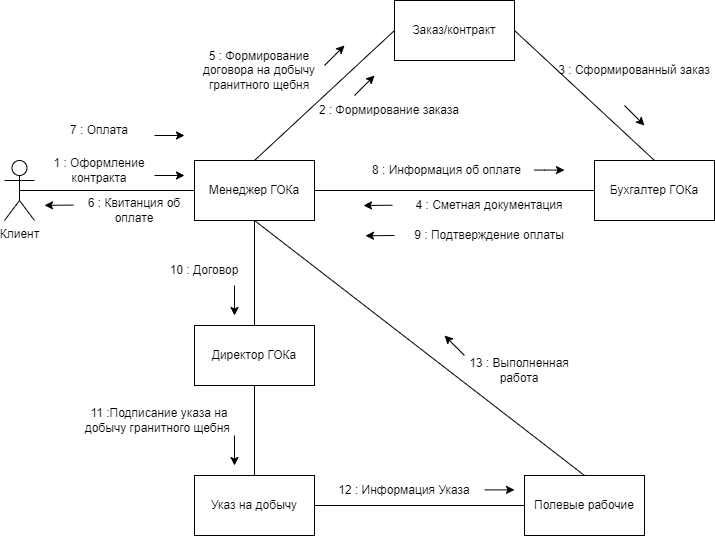
Before: D_Kooperazii.drawio.png, a diagram exported from draw.io (Awftf/UML). Source tidied: cells renumbered, new cells last; positions are measured from the earlier drawing's top-left corner, leaving out a move shared by most shapes. The source it was exported from:
```xml
<mxGraphModel>
  <root>
    <mxCell id="0" />
    <mxCell id="1" parent="0" />
    <mxCell id="2" style="rounded=0;jettySize=auto;html=1;exitX=0.5;exitY=0.5;exitDx=0;exitDy=0;exitPerimeter=0;entryX=0;entryY=0.5;entryDx=0;entryDy=0;endArrow=none;endFill=0;" parent="1" edge="1" source="3" target="7">
      <mxGeometry relative="1" as="geometry" />
    </mxCell>
    <mxCell id="3" value="Клиент" style="shape=umlActor;verticalLabelPosition=bottom;verticalAlign=top;html=1;outlineConnect=0;" parent="1" vertex="1">
      <mxGeometry y="160" width="30" height="60" as="geometry" />
    </mxCell>
    <mxCell id="4" style="edgeStyle=none;rounded=0;jettySize=auto;html=1;exitX=1;exitY=0.5;exitDx=0;exitDy=0;entryX=0;entryY=0.5;entryDx=0;entryDy=0;endArrow=none;endFill=0;" parent="1" edge="1" source="7" target="10">
      <mxGeometry relative="1" as="geometry" />
    </mxCell>
    <mxCell id="5" style="edgeStyle=none;rounded=0;jettySize=auto;html=1;exitX=0.5;exitY=0;exitDx=0;exitDy=0;entryX=0;entryY=0.5;entryDx=0;entryDy=0;endArrow=none;endFill=0;" parent="1" edge="1" source="7" target="11">
      <mxGeometry relative="1" as="geometry" />
    </mxCell>
    <mxCell id="6" style="edgeStyle=none;rounded=0;jettySize=auto;html=1;exitX=0.5;exitY=1;exitDx=0;exitDy=0;endArrow=none;endFill=0;" parent="1" edge="1" source="7" target="29">
      <mxGeometry relative="1" as="geometry" />
    </mxCell>
    <mxCell id="7" value="Менеджер ГОКа" style="rounded=0;whiteSpace=wrap;html=1;" parent="1" vertex="1">
      <mxGeometry x="190" y="160" width="120" height="60" as="geometry" />
    </mxCell>
    <mxCell id="8" style="edgeStyle=orthogonalEdgeStyle;rounded=0;orthogonalLoop=1;jettySize=auto;html=1;exitX=0.5;exitY=1;exitDx=0;exitDy=0;" parent="1" edge="1" source="7" target="7">
      <mxGeometry relative="1" as="geometry" />
    </mxCell>
    <mxCell id="9" style="edgeStyle=none;rounded=0;jettySize=auto;html=1;exitX=0.5;exitY=0;exitDx=0;exitDy=0;entryX=1;entryY=0.5;entryDx=0;entryDy=0;endArrow=none;endFill=0;" parent="1" edge="1" source="10" target="11">
      <mxGeometry relative="1" as="geometry" />
    </mxCell>
    <mxCell id="10" value="Бухгалтер ГОКа" style="rounded=0;whiteSpace=wrap;html=1;" parent="1" vertex="1">
      <mxGeometry x="590" y="160" width="120" height="60" as="geometry" />
    </mxCell>
    <mxCell id="11" value="Заказ/контракт" style="rounded=0;whiteSpace=wrap;html=1;" parent="1" vertex="1">
      <mxGeometry x="390" width="120" height="60" as="geometry" />
    </mxCell>
    <mxCell id="12" style="edgeStyle=none;rounded=0;orthogonalLoop=1;jettySize=auto;html=1;exitX=1;exitY=0.5;exitDx=0;exitDy=0;endArrow=none;endFill=0;" parent="1" edge="1" source="7" target="7">
      <mxGeometry relative="1" as="geometry" />
    </mxCell>
    <mxCell id="13" style="edgeStyle=none;rounded=0;orthogonalLoop=1;jettySize=auto;html=1;exitX=0.25;exitY=1;exitDx=0;exitDy=0;endArrow=none;endFill=0;" parent="1" edge="1" source="10" target="10">
      <mxGeometry relative="1" as="geometry" />
    </mxCell>
    <mxCell id="14" style="edgeStyle=none;rounded=0;jettySize=auto;html=1;exitX=1;exitY=0.5;exitDx=0;exitDy=0;entryX=0;entryY=0.5;entryDx=0;entryDy=0;endArrow=none;endFill=0;" parent="1" edge="1" source="15" target="17">
      <mxGeometry relative="1" as="geometry" />
    </mxCell>
    <mxCell id="15" value="Указ на добычу" style="rounded=0;whiteSpace=wrap;html=1;" parent="1" vertex="1">
      <mxGeometry x="190" y="475" width="120" height="60" as="geometry" />
    </mxCell>
    <mxCell id="16" style="edgeStyle=none;rounded=0;jettySize=auto;html=1;exitX=0.5;exitY=0;exitDx=0;exitDy=0;entryX=0.5;entryY=1;entryDx=0;entryDy=0;endArrow=none;endFill=0;" parent="1" edge="1" source="17" target="7">
      <mxGeometry relative="1" as="geometry" />
    </mxCell>
    <mxCell id="17" value="Полевые рабочие" style="rounded=0;whiteSpace=wrap;html=1;" parent="1" vertex="1">
      <mxGeometry x="520" y="475" width="120" height="60" as="geometry" />
    </mxCell>
    <mxCell id="18" style="endArrow=classic;html=1;rounded=0;" parent="1" edge="1">
      <mxGeometry relative="1" as="geometry">
        <mxPoint x="150" y="175" as="sourcePoint" />
        <mxPoint x="180" y="175" as="targetPoint" />
        <Array as="points">
          <mxPoint x="180" y="175" />
        </Array>
      </mxGeometry>
    </mxCell>
    <mxCell id="19" value="1 : Оформление контракта" style="text;html=1;strokeColor=none;fillColor=none;align=center;verticalAlign=middle;whiteSpace=wrap;rounded=0;" parent="1" vertex="1">
      <mxGeometry x="40" y="155" width="110" height="30" as="geometry" />
    </mxCell>
    <mxCell id="20" value="2 : Формирование заказа" style="text;html=1;strokeColor=none;fillColor=none;align=center;verticalAlign=middle;whiteSpace=wrap;rounded=0;" parent="1" vertex="1">
      <mxGeometry x="300" y="95" width="170" height="30" as="geometry" />
    </mxCell>
    <mxCell id="21" style="endArrow=classic;html=1;rounded=0;" parent="1" edge="1">
      <mxGeometry relative="1" as="geometry">
        <mxPoint x="350" y="95" as="sourcePoint" />
        <mxPoint x="370" y="75" as="targetPoint" />
      </mxGeometry>
    </mxCell>
    <mxCell id="22" value="4 : Сметная документация" style="text;html=1;strokeColor=none;fillColor=none;align=center;verticalAlign=middle;whiteSpace=wrap;rounded=0;" parent="1" vertex="1">
      <mxGeometry x="400" y="190" width="170" height="30" as="geometry" />
    </mxCell>
    <mxCell id="23" style="endArrow=classic;html=1;rounded=0;" parent="1" edge="1">
      <mxGeometry relative="1" as="geometry">
        <mxPoint x="388" y="204.7" as="sourcePoint" />
        <mxPoint x="359" y="205" as="targetPoint" />
      </mxGeometry>
    </mxCell>
    <mxCell id="24" style="endArrow=classic;html=1;rounded=0;" parent="1" edge="1">
      <mxGeometry relative="1" as="geometry">
        <mxPoint x="620" y="105" as="sourcePoint" />
        <mxPoint x="640" y="125" as="targetPoint" />
      </mxGeometry>
    </mxCell>
    <mxCell id="25" value="3 : Сформированный заказ" style="text;html=1;strokeColor=none;fillColor=none;align=center;verticalAlign=middle;whiteSpace=wrap;rounded=0;" parent="1" vertex="1">
      <mxGeometry x="550" y="55" width="160" height="30" as="geometry" />
    </mxCell>
    <mxCell id="26" style="endArrow=classic;html=1;rounded=0;" parent="1" edge="1">
      <mxGeometry relative="1" as="geometry">
        <mxPoint x="320" y="65" as="sourcePoint" />
        <mxPoint x="340" y="45" as="targetPoint" />
        <Array as="points">
          <mxPoint x="330" y="55" />
        </Array>
      </mxGeometry>
    </mxCell>
    <mxCell id="27" value="5 : Формирование договора на добычу гранитного щебня" style="text;html=1;strokeColor=none;fillColor=none;align=center;verticalAlign=middle;whiteSpace=wrap;rounded=0;" parent="1" vertex="1">
      <mxGeometry x="180" y="55" width="150" height="30" as="geometry" />
    </mxCell>
    <mxCell id="28" style="edgeStyle=none;rounded=0;jettySize=auto;html=1;exitX=0.5;exitY=1;exitDx=0;exitDy=0;entryX=0.5;entryY=0;entryDx=0;entryDy=0;endArrow=none;endFill=0;" parent="1" edge="1" source="29" target="15">
      <mxGeometry relative="1" as="geometry" />
    </mxCell>
    <mxCell id="29" value="Директор ГОКа" style="rounded=0;whiteSpace=wrap;html=1;" parent="1" vertex="1">
      <mxGeometry x="190" y="325" width="120" height="60" as="geometry" />
    </mxCell>
    <mxCell id="30" style="endArrow=classic;html=1;rounded=0;" parent="1" edge="1">
      <mxGeometry relative="1" as="geometry">
        <mxPoint x="230" y="285" as="sourcePoint" />
        <mxPoint x="230" y="315" as="targetPoint" />
      </mxGeometry>
    </mxCell>
    <mxCell id="31" value="10 : Договор" style="text;html=1;strokeColor=none;fillColor=none;align=center;verticalAlign=middle;whiteSpace=wrap;rounded=0;" parent="1" vertex="1">
      <mxGeometry x="160" y="255" width="80" height="30" as="geometry" />
    </mxCell>
    <mxCell id="32" style="endArrow=classic;html=1;rounded=0;" parent="1" edge="1">
      <mxGeometry relative="1" as="geometry">
        <mxPoint x="69" y="204.6" as="sourcePoint" />
        <mxPoint x="40" y="204.8" as="targetPoint" />
      </mxGeometry>
    </mxCell>
    <mxCell id="33" value="6 : Квитанция об оплате" style="text;html=1;strokeColor=none;fillColor=none;align=center;verticalAlign=middle;whiteSpace=wrap;rounded=0;" parent="1" vertex="1">
      <mxGeometry x="80" y="195" width="100" height="30" as="geometry" />
    </mxCell>
    <mxCell id="34" style="endArrow=classic;html=1;rounded=0;" parent="1" edge="1">
      <mxGeometry relative="1" as="geometry">
        <mxPoint x="150" y="135" as="sourcePoint" />
        <mxPoint x="180" y="135" as="targetPoint" />
        <Array as="points">
          <mxPoint x="180" y="135" />
        </Array>
      </mxGeometry>
    </mxCell>
    <mxCell id="35" value="7 : Оплата" style="text;html=1;strokeColor=none;fillColor=none;align=center;verticalAlign=middle;whiteSpace=wrap;rounded=0;" parent="1" vertex="1">
      <mxGeometry x="40" y="115" width="110" height="30" as="geometry" />
    </mxCell>
    <mxCell id="36" style="endArrow=classic;html=1;rounded=0;" parent="1" edge="1">
      <mxGeometry relative="1" as="geometry">
        <mxPoint x="530" y="169.6" as="sourcePoint" />
        <mxPoint x="560" y="169.6" as="targetPoint" />
        <Array as="points">
          <mxPoint x="540" y="169.6" />
          <mxPoint x="560" y="169.6" />
        </Array>
      </mxGeometry>
    </mxCell>
    <mxCell id="37" value="8 : Информация об оплате" style="text;html=1;strokeColor=none;fillColor=none;align=center;verticalAlign=middle;whiteSpace=wrap;rounded=0;" parent="1" vertex="1">
      <mxGeometry x="355" y="155" width="175" height="30" as="geometry" />
    </mxCell>
    <mxCell id="38" style="endArrow=classic;html=1;rounded=0;" parent="1" edge="1">
      <mxGeometry relative="1" as="geometry">
        <mxPoint x="390" y="235" as="sourcePoint" />
        <mxPoint x="361" y="235.3" as="targetPoint" />
      </mxGeometry>
    </mxCell>
    <mxCell id="39" value="9 : Подтверждение оплаты" style="text;html=1;strokeColor=none;fillColor=none;align=center;verticalAlign=middle;whiteSpace=wrap;rounded=0;" parent="1" vertex="1">
      <mxGeometry x="400" y="220" width="170" height="30" as="geometry" />
    </mxCell>
    <mxCell id="40" style="endArrow=classic;html=1;rounded=0;" parent="1" edge="1">
      <mxGeometry relative="1" as="geometry">
        <mxPoint x="230" y="435" as="sourcePoint" />
        <mxPoint x="230" y="465" as="targetPoint" />
      </mxGeometry>
    </mxCell>
    <mxCell id="41" value="11 :Подписание указа на добычу гранитного щебня&amp;nbsp;" style="text;html=1;strokeColor=none;fillColor=none;align=center;verticalAlign=middle;whiteSpace=wrap;rounded=0;" parent="1" vertex="1">
      <mxGeometry x="70" y="405" width="170" height="30" as="geometry" />
    </mxCell>
    <mxCell id="42" value="12 : Информация Указа" style="text;html=1;strokeColor=none;fillColor=none;align=center;verticalAlign=middle;whiteSpace=wrap;rounded=0;" parent="1" vertex="1">
      <mxGeometry x="330" y="475" width="140" height="30" as="geometry" />
    </mxCell>
    <mxCell id="43" value="13 : Выполненная работа" style="text;html=1;strokeColor=none;fillColor=none;align=center;verticalAlign=middle;whiteSpace=wrap;rounded=0;" parent="1" vertex="1">
      <mxGeometry x="460" y="355" width="110" height="30" as="geometry" />
    </mxCell>
    <mxCell id="44" style="endArrow=classic;html=1;rounded=0;" parent="1" edge="1">
      <mxGeometry relative="1" as="geometry">
        <mxPoint x="480" y="489.4" as="sourcePoint" />
        <mxPoint x="510" y="489.4" as="targetPoint" />
        <Array as="points">
          <mxPoint x="510" y="489.4" />
        </Array>
      </mxGeometry>
    </mxCell>
    <mxCell id="45" style="endArrow=classic;html=1;rounded=0;" parent="1" edge="1">
      <mxGeometry relative="1" as="geometry">
        <mxPoint x="460" y="355" as="sourcePoint" />
        <mxPoint x="440" y="335" as="targetPoint" />
      </mxGeometry>
    </mxCell>
  </root>
</mxGraphModel>
```
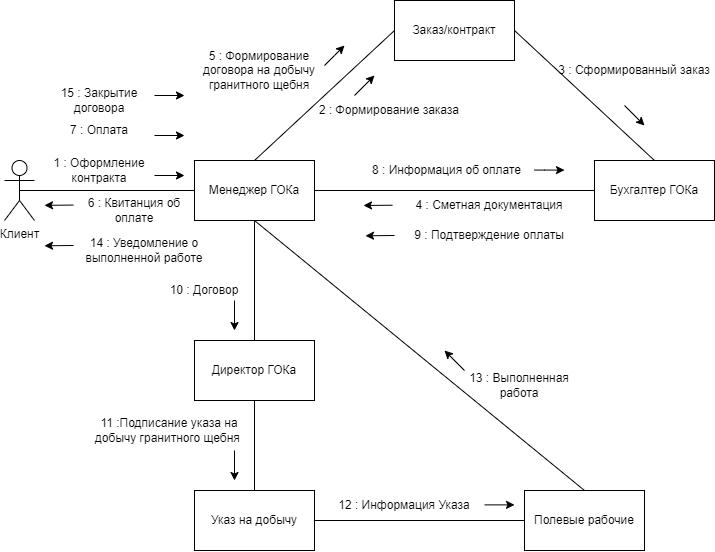
The same file after the commit.

Change to the diagram source:
```diff
@@ -42,13 +42,13 @@
       <mxGeometry relative="1" as="geometry" />
     </mxCell>
     <mxCell id="15" value="Указ на добычу" style="rounded=0;whiteSpace=wrap;html=1;" parent="1" vertex="1">
-      <mxGeometry x="190" y="475" width="120" height="60" as="geometry" />
+      <mxGeometry x="190" y="490" width="120" height="60" as="geometry" />
     </mxCell>
     <mxCell id="16" style="edgeStyle=none;rounded=0;jettySize=auto;html=1;exitX=0.5;exitY=0;exitDx=0;exitDy=0;entryX=0.5;entryY=1;entryDx=0;entryDy=0;endArrow=none;endFill=0;" parent="1" edge="1" source="17" target="7">
       <mxGeometry relative="1" as="geometry" />
     </mxCell>
     <mxCell id="17" value="Полевые рабочие" style="rounded=0;whiteSpace=wrap;html=1;" parent="1" vertex="1">
-      <mxGeometry x="520" y="475" width="120" height="60" as="geometry" />
+      <mxGeometry x="520" y="490" width="120" height="60" as="geometry" />
     </mxCell>
     <mxCell id="18" style="endArrow=classic;html=1;rounded=0;" parent="1" edge="1">
       <mxGeometry relative="1" as="geometry">
@@ -105,16 +105,16 @@
       <mxGeometry relative="1" as="geometry" />
     </mxCell>
     <mxCell id="29" value="Директор ГОКа" style="rounded=0;whiteSpace=wrap;html=1;" parent="1" vertex="1">
-      <mxGeometry x="190" y="325" width="120" height="60" as="geometry" />
+      <mxGeometry x="190" y="340" width="120" height="60" as="geometry" />
     </mxCell>
     <mxCell id="30" style="endArrow=classic;html=1;rounded=0;" parent="1" edge="1">
       <mxGeometry relative="1" as="geometry">
-        <mxPoint x="230" y="285" as="sourcePoint" />
-        <mxPoint x="230" y="315" as="targetPoint" />
+        <mxPoint x="230" y="300" as="sourcePoint" />
+        <mxPoint x="230" y="330" as="targetPoint" />
       </mxGeometry>
     </mxCell>
     <mxCell id="31" value="10 : Договор" style="text;html=1;strokeColor=none;fillColor=none;align=center;verticalAlign=middle;whiteSpace=wrap;rounded=0;" parent="1" vertex="1">
-      <mxGeometry x="160" y="255" width="80" height="30" as="geometry" />
+      <mxGeometry x="160" y="275" width="80" height="30" as="geometry" />
     </mxCell>
     <mxCell id="32" style="endArrow=classic;html=1;rounded=0;" parent="1" edge="1">
       <mxGeometry relative="1" as="geometry">
@@ -161,33 +161,54 @@
     </mxCell>
     <mxCell id="40" style="endArrow=classic;html=1;rounded=0;" parent="1" edge="1">
       <mxGeometry relative="1" as="geometry">
-        <mxPoint x="230" y="435" as="sourcePoint" />
-        <mxPoint x="230" y="465" as="targetPoint" />
+        <mxPoint x="230" y="450" as="sourcePoint" />
+        <mxPoint x="230" y="480" as="targetPoint" />
       </mxGeometry>
     </mxCell>
     <mxCell id="41" value="11 :Подписание указа на добычу гранитного щебня&amp;nbsp;" style="text;html=1;strokeColor=none;fillColor=none;align=center;verticalAlign=middle;whiteSpace=wrap;rounded=0;" parent="1" vertex="1">
-      <mxGeometry x="70" y="405" width="170" height="30" as="geometry" />
+      <mxGeometry x="80" y="415" width="170" height="30" as="geometry" />
     </mxCell>
     <mxCell id="42" value="12 : Информация Указа" style="text;html=1;strokeColor=none;fillColor=none;align=center;verticalAlign=middle;whiteSpace=wrap;rounded=0;" parent="1" vertex="1">
-      <mxGeometry x="330" y="475" width="140" height="30" as="geometry" />
+      <mxGeometry x="330" y="490" width="140" height="30" as="geometry" />
     </mxCell>
     <mxCell id="43" value="13 : Выполненная работа" style="text;html=1;strokeColor=none;fillColor=none;align=center;verticalAlign=middle;whiteSpace=wrap;rounded=0;" parent="1" vertex="1">
-      <mxGeometry x="460" y="355" width="110" height="30" as="geometry" />
+      <mxGeometry x="460" y="370" width="110" height="30" as="geometry" />
     </mxCell>
     <mxCell id="44" style="endArrow=classic;html=1;rounded=0;" parent="1" edge="1">
       <mxGeometry relative="1" as="geometry">
-        <mxPoint x="480" y="489.4" as="sourcePoint" />
-        <mxPoint x="510" y="489.4" as="targetPoint" />
+        <mxPoint x="480" y="504.4" as="sourcePoint" />
+        <mxPoint x="510" y="504.4" as="targetPoint" />
         <Array as="points">
-          <mxPoint x="510" y="489.4" />
+          <mxPoint x="510" y="504.4" />
         </Array>
       </mxGeometry>
     </mxCell>
     <mxCell id="45" style="endArrow=classic;html=1;rounded=0;" parent="1" edge="1">
       <mxGeometry relative="1" as="geometry">
-        <mxPoint x="460" y="355" as="sourcePoint" />
-        <mxPoint x="440" y="335" as="targetPoint" />
+        <mxPoint x="460" y="370" as="sourcePoint" />
+        <mxPoint x="440" y="350" as="targetPoint" />
       </mxGeometry>
     </mxCell>
+    <mxCell id="46" style="endArrow=classic;html=1;rounded=0;" parent="1" edge="1">
+      <mxGeometry relative="1" as="geometry">
+        <mxPoint x="69" y="245" as="sourcePoint" />
+        <mxPoint x="40" y="245.3" as="targetPoint" />
+      </mxGeometry>
+    </mxCell>
+    <mxCell id="47" value="14 : Уведомление о выполненной работе" style="text;html=1;strokeColor=none;fillColor=none;align=center;verticalAlign=middle;whiteSpace=wrap;rounded=0;" parent="1" vertex="1">
+      <mxGeometry x="70" y="235" width="140" height="30" as="geometry" />
+    </mxCell>
+    <mxCell id="48" style="endArrow=classic;html=1;rounded=0;" parent="1" edge="1">
+      <mxGeometry relative="1" as="geometry">
+        <mxPoint x="150" y="95" as="sourcePoint" />
+        <mxPoint x="180" y="95" as="targetPoint" />
+        <Array as="points">
+          <mxPoint x="180" y="95" />
+        </Array>
+      </mxGeometry>
+    </mxCell>
+    <mxCell id="49" value="15 : Закрытие договора" style="text;html=1;strokeColor=none;fillColor=none;align=center;verticalAlign=middle;whiteSpace=wrap;rounded=0;" parent="1" vertex="1">
+      <mxGeometry x="40" y="85" width="110" height="30" as="geometry" />
+    </mxCell>
   </root>
 </mxGraphModel>
```
